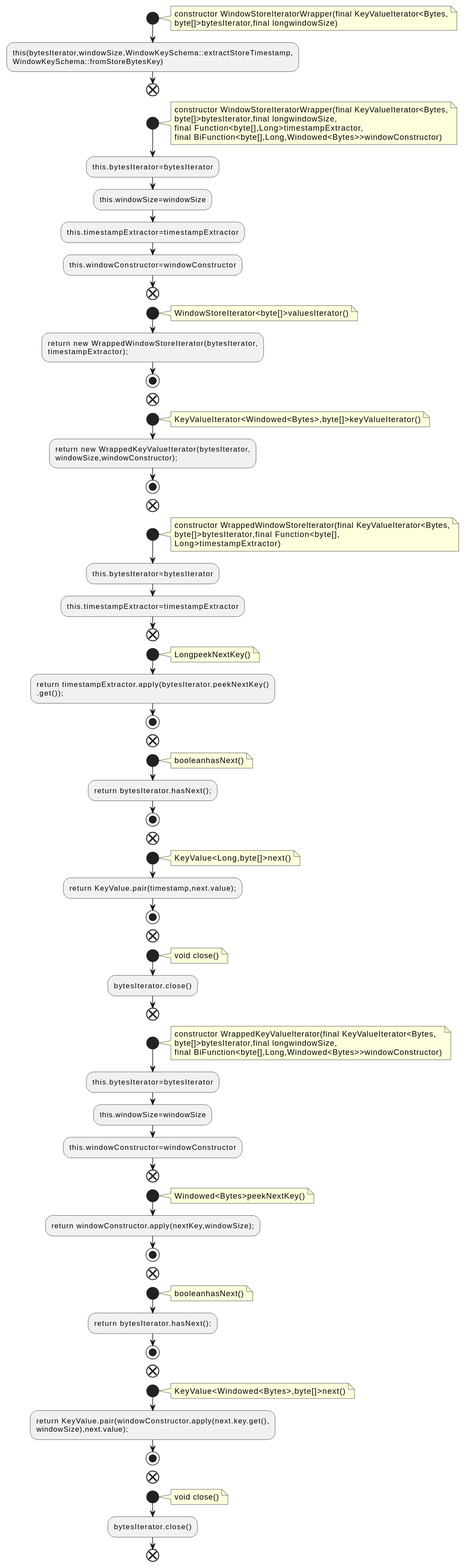
Earlier version of the PlantUML export docs/qc/streams/src/main/java/org/apache/kafka/streams/state/internals/WindowStoreIteratorWrapper.java.fct.svg (qualitesys/kafka). Source of this version:
```plantuml
@startuml
!pragma layout smetana
start
note right
constructor WindowStoreIteratorWrapper(final KeyValueIterator<Bytes,
byte[]>bytesIterator,final longwindowSize)
end note
:this(bytesIterator,windowSize,WindowKeySchema::extractStoreTimestamp,
WindowKeySchema::fromStoreBytesKey);
end
start
note right
constructor WindowStoreIteratorWrapper(final KeyValueIterator<Bytes,
byte[]>bytesIterator,final longwindowSize,
final Function<byte[],Long>timestampExtractor,
final BiFunction<byte[],Long,Windowed<Bytes>>windowConstructor)
end note
:this.bytesIterator=bytesIterator;
:this.windowSize=windowSize;
:this.timestampExtractor=timestampExtractor;
:this.windowConstructor=windowConstructor;
end
start
note right
WindowStoreIterator<byte[]>valuesIterator()
end note
:return new WrappedWindowStoreIterator(bytesIterator,
timestampExtractor);;
stop
end
start
note right
KeyValueIterator<Windowed<Bytes>,byte[]>keyValueIterator()
end note
:return new WrappedKeyValueIterator(bytesIterator,
windowSize,windowConstructor);;
stop
end
start
note right
constructor WrappedWindowStoreIterator(final KeyValueIterator<Bytes,
byte[]>bytesIterator,final Function<byte[],
Long>timestampExtractor)
end note
:this.bytesIterator=bytesIterator;
:this.timestampExtractor=timestampExtractor;
end
start
note right
LongpeekNextKey()
end note
:return timestampExtractor.apply(bytesIterator.peekNextKey()
.get());;
stop
end
start
note right
booleanhasNext()
end note
:return bytesIterator.hasNext();;
stop
end
start
note right
KeyValue<Long,byte[]>next()
end note
:return KeyValue.pair(timestamp,next.value);;
stop
end
start
note right
void close()
end note
:bytesIterator.close();
end
start
note right
constructor WrappedKeyValueIterator(final KeyValueIterator<Bytes,
byte[]>bytesIterator,final longwindowSize,
final BiFunction<byte[],Long,Windowed<Bytes>>windowConstructor)
end note
:this.bytesIterator=bytesIterator;
:this.windowSize=windowSize;
:this.windowConstructor=windowConstructor;
end
start
note right
Windowed<Bytes>peekNextKey()
end note
:return windowConstructor.apply(nextKey,windowSize);;
stop
end
start
note right
booleanhasNext()
end note
:return bytesIterator.hasNext();;
stop
end
start
note right
KeyValue<Windowed<Bytes>,byte[]>next()
end note
:return KeyValue.pair(windowConstructor.apply(next.key.get(),
windowSize),next.value);;
stop
end
start
note right
void close()
end note
:bytesIterator.close();
end
@enduml
```
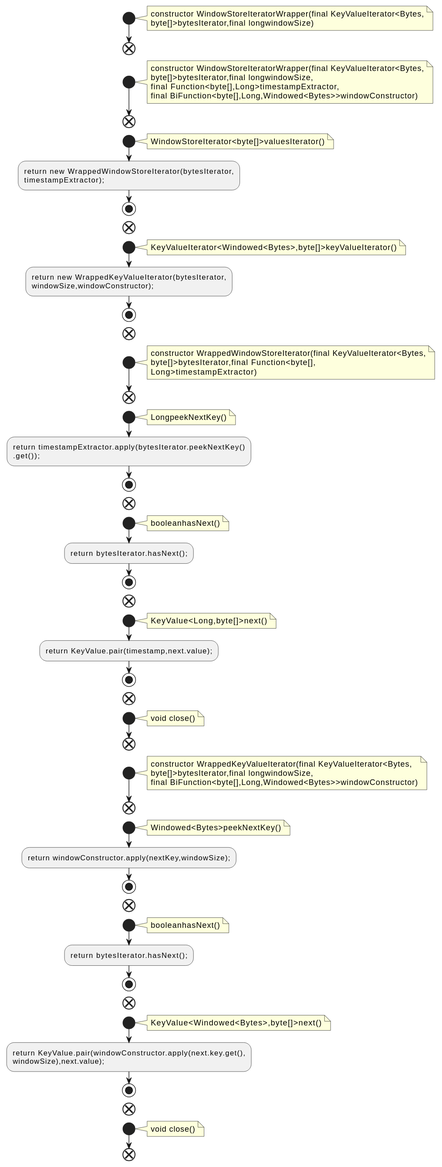
Above is the later version.

Diff of the diagram source:
```diff
@@ -5,8 +5,6 @@
 constructor WindowStoreIteratorWrapper(final KeyValueIterator<Bytes,
 byte[]>bytesIterator,final longwindowSize)
 end note
-:this(bytesIterator,windowSize,WindowKeySchema::extractStoreTimestamp,
-WindowKeySchema::fromStoreBytesKey);
 end
 start
 note right
@@ -15,10 +13,6 @@
 final Function<byte[],Long>timestampExtractor,
 final BiFunction<byte[],Long,Windowed<Bytes>>windowConstructor)
 end note
-:this.bytesIterator=bytesIterator;
-:this.windowSize=windowSize;
-:this.timestampExtractor=timestampExtractor;
-:this.windowConstructor=windowConstructor;
 end
 start
 note right
@@ -42,8 +36,6 @@
 byte[]>bytesIterator,final Function<byte[],
 Long>timestampExtractor)
 end note
-:this.bytesIterator=bytesIterator;
-:this.timestampExtractor=timestampExtractor;
 end
 start
 note right
@@ -71,7 +63,6 @@
 note right
 void close()
 end note
-:bytesIterator.close();
 end
 start
 note right
@@ -79,9 +70,6 @@
 byte[]>bytesIterator,final longwindowSize,
 final BiFunction<byte[],Long,Windowed<Bytes>>windowConstructor)
 end note
-:this.bytesIterator=bytesIterator;
-:this.windowSize=windowSize;
-:this.windowConstructor=windowConstructor;
 end
 start
 note right
@@ -109,6 +97,5 @@
 note right
 void close()
 end note
-:bytesIterator.close();
 end
 @enduml
```
